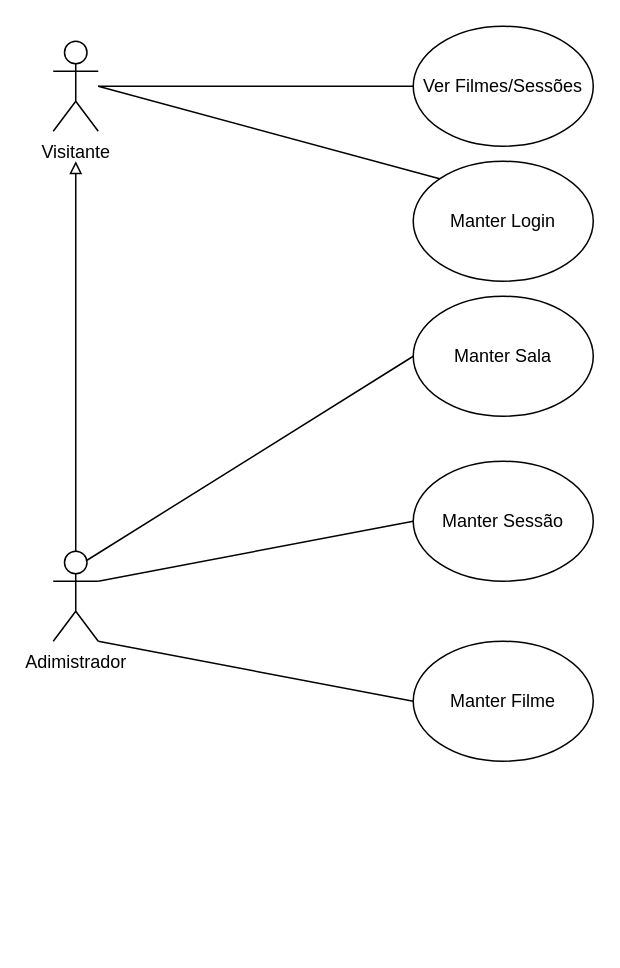
The draw.io diagram diagram/cinema.dio in FidelisSantos/BackendCinema, before the edit. Source tidied: cells renumbered, new cells numbered last; positions are measured from the earlier drawing's top-left corner, leaving out a move shared by most shapes. Both pictures are drawn from the tidied source at 150%, with x=0, y=0 at pixel (52, 26).
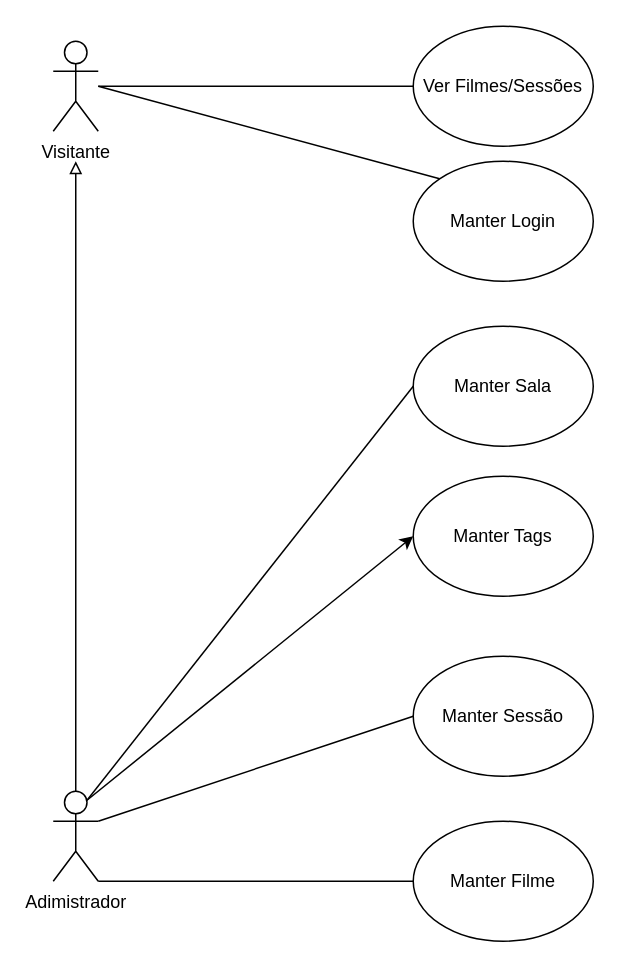
After the change.

Commit message (it also covers changes not shown here):
Novo Ajustes

Change to the diagram source:
```diff
@@
 <mxGraphModel>
   <root>
     <mxCell id="0" />
     <mxCell id="1" parent="0" />
     <mxCell id="2" value="Visitante" style="shape=umlActor;verticalLabelPosition=bottom;verticalAlign=top;html=1;outlineConnect=0;" parent="1" vertex="1">
       <mxGeometry y="10" width="30" height="60" as="geometry" />
     </mxCell>
     <mxCell id="3" style="edgeStyle=none;html=1;exitX=0.75;exitY=0.1;exitDx=0;exitDy=0;exitPerimeter=0;entryX=0;entryY=0.5;entryDx=0;entryDy=0;shadow=0;endArrow=none;endFill=0;strokeColor=default;" parent="1" edge="1" source="5" target="11">
       <mxGeometry relative="1" as="geometry" />
     </mxCell>
     <mxCell id="4" style="edgeStyle=none;html=1;exitX=1;exitY=1;exitDx=0;exitDy=0;exitPerimeter=0;entryX=0;entryY=0.5;entryDx=0;entryDy=0;shadow=0;endArrow=none;endFill=0;strokeColor=default;" parent="1" edge="1" source="5" target="12">
       <mxGeometry relative="1" as="geometry" />
     </mxCell>
+    <mxCell id="15" style="edgeStyle=none;html=1;exitX=0.75;exitY=0.1;exitDx=0;exitDy=0;exitPerimeter=0;entryX=0;entryY=0.5;entryDx=0;entryDy=0;" parent="1" edge="1" source="5" target="16">
+      <mxGeometry relative="1" as="geometry" />
+    </mxCell>
     <mxCell id="5" value="Adimistrador" style="shape=umlActor;verticalLabelPosition=bottom;verticalAlign=top;html=1;outlineConnect=0;" parent="1" vertex="1">
-      <mxGeometry y="350" width="30" height="60" as="geometry" />
+      <mxGeometry y="510" width="30" height="60" as="geometry" />
     </mxCell>
     <mxCell id="6" value="Ver Filmes/Sessões" style="ellipse;whiteSpace=wrap;html=1;" parent="1" vertex="1">
       <mxGeometry x="240" width="120" height="80" as="geometry" />
     </mxCell>
     <mxCell id="7" style="endArrow=none;html=1;entryX=0;entryY=0.5;entryDx=0;entryDy=0;" parent="1" edge="1" source="2" target="6">
       <mxGeometry relative="1" as="geometry" />
     </mxCell>
     <mxCell id="8" style="endArrow=block;html=1;exitX=0.5;exitY=0;exitDx=0;exitDy=0;exitPerimeter=0;strokeColor=default;shadow=0;endFill=0;" parent="1" edge="1" source="5">
       <mxGeometry relative="1" as="geometry">
         <mxPoint x="15" y="90" as="targetPoint" />
       </mxGeometry>
     </mxCell>
     <mxCell id="9" value="Manter Login" style="ellipse;whiteSpace=wrap;html=1;" parent="1" vertex="1">
       <mxGeometry x="240" y="90" width="120" height="80" as="geometry" />
     </mxCell>
     <mxCell id="10" style="endArrow=none;html=1;entryX=0;entryY=0;entryDx=0;entryDy=0;" parent="1" edge="1" target="9">
       <mxGeometry relative="1" as="geometry">
         <mxPoint x="30" y="40" as="sourcePoint" />
       </mxGeometry>
     </mxCell>
     <mxCell id="11" value="Manter Sala" style="ellipse;whiteSpace=wrap;html=1;" parent="1" vertex="1">
-      <mxGeometry x="240" y="180" width="120" height="80" as="geometry" />
+      <mxGeometry x="240" y="200" width="120" height="80" as="geometry" />
     </mxCell>
     <mxCell id="12" value="Manter Filme" style="ellipse;whiteSpace=wrap;html=1;" parent="1" vertex="1">
-      <mxGeometry x="240" y="410" width="120" height="80" as="geometry" />
+      <mxGeometry x="240" y="530" width="120" height="80" as="geometry" />
     </mxCell>
     <mxCell id="13" value="Manter Sessão" style="ellipse;whiteSpace=wrap;html=1;" parent="1" vertex="1">
-      <mxGeometry x="240" y="290" width="120" height="80" as="geometry" />
+      <mxGeometry x="240" y="420" width="120" height="80" as="geometry" />
     </mxCell>
     <mxCell id="14" style="endArrow=none;html=1;entryX=0;entryY=0.5;entryDx=0;entryDy=0;exitX=1;exitY=0.3333333333333333;exitDx=0;exitDy=0;exitPerimeter=0;" parent="1" edge="1" source="5" target="13">
       <mxGeometry relative="1" as="geometry" />
     </mxCell>
+    <mxCell id="16" value="Manter Tags" style="ellipse;whiteSpace=wrap;html=1;" parent="1" vertex="1">
+      <mxGeometry x="240" y="300" width="120" height="80" as="geometry" />
+    </mxCell>
   </root>
 </mxGraphModel>
```
